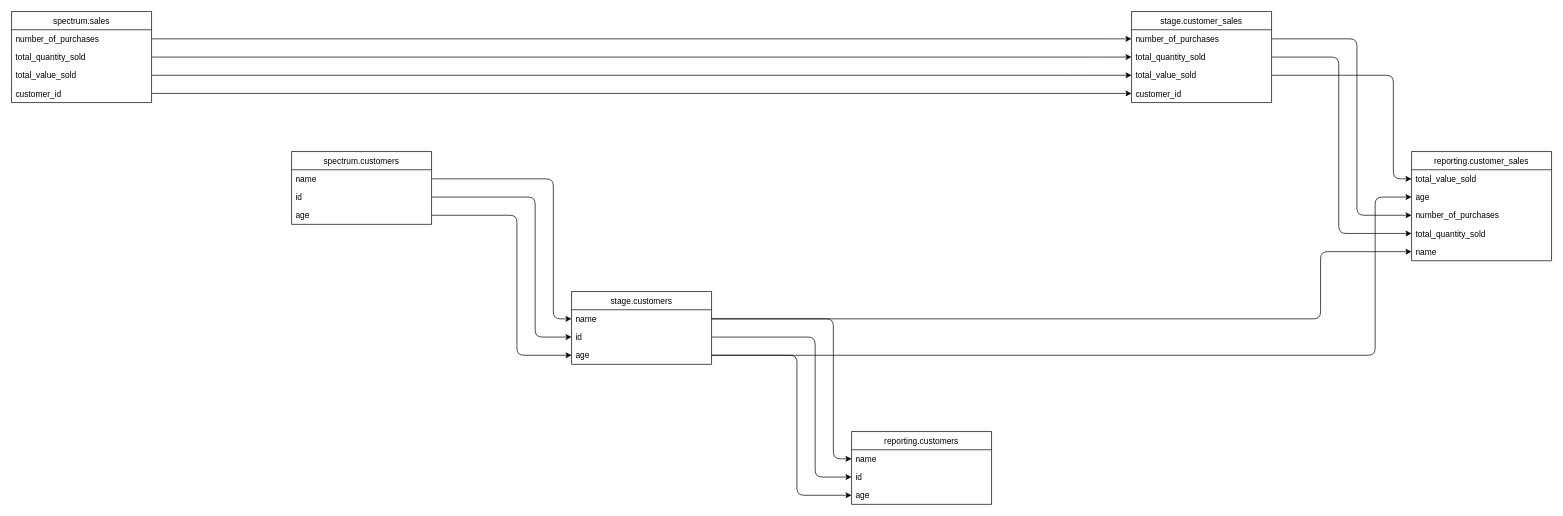
Earlier version of the draw.io diagram outputs/output.drawio (domherriott/sqlinks). Source tidied: cells renumbered, new cells numbered last; positions are measured from the earlier drawing's top-left corner, leaving out a move shared by most shapes. Both pictures are drawn from the tidied source at 70%, with x=0, y=0 at pixel (11, 11).
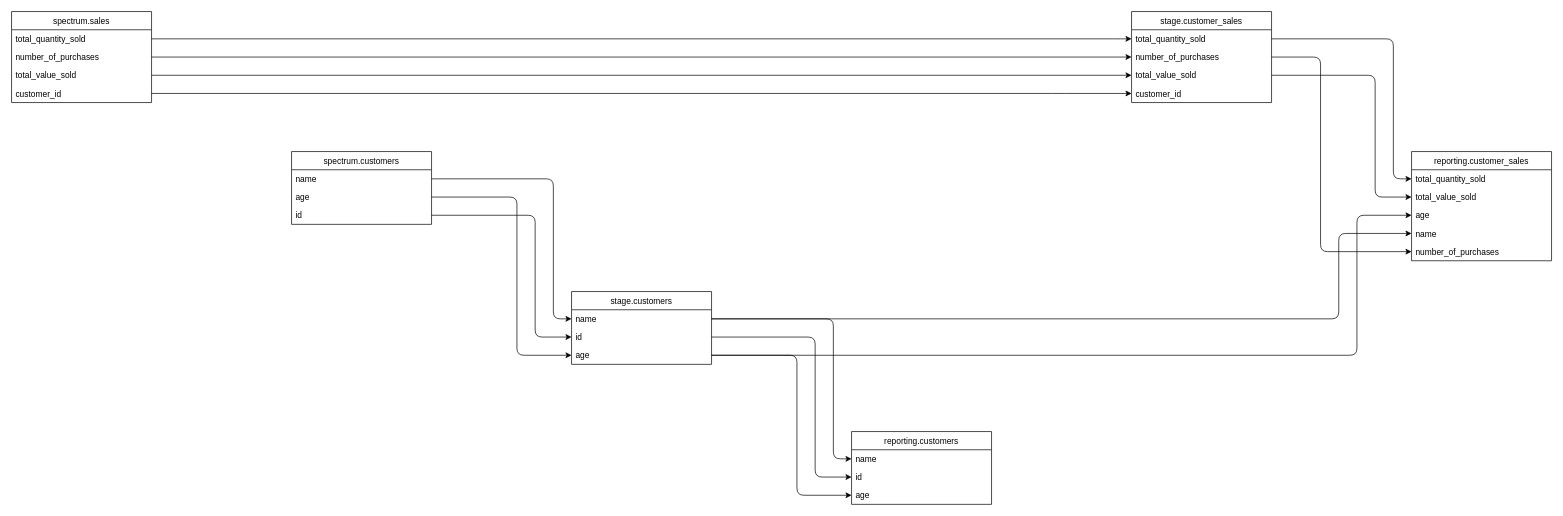
Above is the later version.

Commit message (it also covers changes not shown here):
cleaning the draw func

Unchanged cells that the change refers to:
```xml
<mxCell id="10" value="name" style="text;strokeColor=none;fillColor=none;align=left;verticalAlign=top;spacingLeft=4;spacingRight=4;overflow=hidden;points=[[0,0.5],[1,0.5]];portConstraint=eastwest;" parent="9" vertex="1">
  <mxGeometry y="26" width="200" height="26" as="geometry" />
</mxCell>
<mxCell id="12" value="id" style="text;strokeColor=none;fillColor=none;align=left;verticalAlign=top;spacingLeft=4;spacingRight=4;overflow=hidden;points=[[0,0.5],[1,0.5]];portConstraint=eastwest;" parent="9" vertex="1">
  <mxGeometry y="52" width="200" height="26" as="geometry" />
</mxCell>
<mxCell id="14" value="age" style="text;strokeColor=none;fillColor=none;align=left;verticalAlign=top;spacingLeft=4;spacingRight=4;overflow=hidden;points=[[0,0.5],[1,0.5]];portConstraint=eastwest;" parent="9" vertex="1">
  <mxGeometry y="78" width="200" height="26" as="geometry" />
</mxCell>
<mxCell id="16" value="stage.customer_sales" style="swimlane;fontStyle=0;horizontal=1;startSize=26;fillColor=none;" parent="1" vertex="1">
  <mxGeometry x="1600" width="200" height="130" as="geometry" />
</mxCell>
<mxCell id="21" value="total_value_sold" style="text;strokeColor=none;fillColor=none;align=left;verticalAlign=top;spacingLeft=4;spacingRight=4;overflow=hidden;points=[[0,0.5],[1,0.5]];portConstraint=eastwest;" parent="16" vertex="1">
  <mxGeometry y="78" width="200" height="26" as="geometry" />
</mxCell>
<mxCell id="25" value="spectrum.sales" style="swimlane;fontStyle=0;horizontal=1;startSize=26;fillColor=none;" parent="1" vertex="1">
  <mxGeometry width="200" height="130" as="geometry" />
</mxCell>
<mxCell id="30" value="spectrum.customers" style="swimlane;fontStyle=0;horizontal=1;startSize=26;fillColor=none;" parent="1" vertex="1">
  <mxGeometry x="400" y="200" width="200" height="104" as="geometry" />
</mxCell>
<mxCell id="34" value="reporting.customer_sales" style="swimlane;fontStyle=0;horizontal=1;startSize=26;fillColor=none;" parent="1" vertex="1">
  <mxGeometry x="2000" y="200" width="200" height="156" as="geometry" />
</mxCell>
```

Change to the diagram source:
```diff
@@
-    <mxCell id="13" style="edgeStyle=elbowEdgeStyle;elbow=horizontal;endArrow=classic;html=1;exitX=1;exitY=0.5;exitDx=0;exitDy=0;entryX=0;entryY=0.5;entryDx=0;entryDy=0;" parent="1" edge="1" source="32" target="12">
+    <mxCell id="13" style="edgeStyle=elbowEdgeStyle;elbow=horizontal;endArrow=classic;html=1;exitX=1;exitY=0.5;exitDx=0;exitDy=0;entryX=0;entryY=0.5;entryDx=0;entryDy=0;" parent="1" edge="1" source="33" target="12">
       <mxGeometry relative="1" as="geometry">
         <Array as="points">
           <mxPoint x="748" y="452" />
         </Array>
       </mxGeometry>
     </mxCell>
@@
-    <mxCell id="15" style="edgeStyle=elbowEdgeStyle;elbow=horizontal;endArrow=classic;html=1;exitX=1;exitY=0.5;exitDx=0;exitDy=0;entryX=0;entryY=0.5;entryDx=0;entryDy=0;" parent="1" edge="1" source="33" target="14">
+    <mxCell id="15" style="edgeStyle=elbowEdgeStyle;elbow=horizontal;endArrow=classic;html=1;exitX=1;exitY=0.5;exitDx=0;exitDy=0;entryX=0;entryY=0.5;entryDx=0;entryDy=0;" parent="1" edge="1" source="32" target="14">
       <mxGeometry relative="1" as="geometry">
         <Array as="points">
           <mxPoint x="722" y="478" />
         </Array>
       </mxGeometry>
     </mxCell>
@@
-    <mxCell id="17" value="number_of_purchases" style="text;strokeColor=none;fillColor=none;align=left;verticalAlign=top;spacingLeft=4;spacingRight=4;overflow=hidden;points=[[0,0.5],[1,0.5]];portConstraint=eastwest;" parent="16" vertex="1">
+    <mxCell id="17" value="total_quantity_sold" style="text;strokeColor=none;fillColor=none;align=left;verticalAlign=top;spacingLeft=4;spacingRight=4;overflow=hidden;points=[[0,0.5],[1,0.5]];portConstraint=eastwest;" parent="16" vertex="1">
       <mxGeometry y="26" width="200" height="26" as="geometry" />
     </mxCell>
@@
-    <mxCell id="19" value="total_quantity_sold" style="text;strokeColor=none;fillColor=none;align=left;verticalAlign=top;spacingLeft=4;spacingRight=4;overflow=hidden;points=[[0,0.5],[1,0.5]];portConstraint=eastwest;" parent="16" vertex="1">
+    <mxCell id="19" value="number_of_purchases" style="text;strokeColor=none;fillColor=none;align=left;verticalAlign=top;spacingLeft=4;spacingRight=4;overflow=hidden;points=[[0,0.5],[1,0.5]];portConstraint=eastwest;" parent="16" vertex="1">
       <mxGeometry y="52" width="200" height="26" as="geometry" />
     </mxCell>
@@
-    <mxCell id="26" value="number_of_purchases" style="text;strokeColor=none;fillColor=none;align=left;verticalAlign=top;spacingLeft=4;spacingRight=4;overflow=hidden;points=[[0,0.5],[1,0.5]];portConstraint=eastwest;" parent="25" vertex="1">
+    <mxCell id="26" value="total_quantity_sold" style="text;strokeColor=none;fillColor=none;align=left;verticalAlign=top;spacingLeft=4;spacingRight=4;overflow=hidden;points=[[0,0.5],[1,0.5]];portConstraint=eastwest;" parent="25" vertex="1">
       <mxGeometry y="26" width="200" height="26" as="geometry" />
     </mxCell>
-    <mxCell id="27" value="total_quantity_sold" style="text;strokeColor=none;fillColor=none;align=left;verticalAlign=top;spacingLeft=4;spacingRight=4;overflow=hidden;points=[[0,0.5],[1,0.5]];portConstraint=eastwest;" parent="25" vertex="1">
+    <mxCell id="27" value="number_of_purchases" style="text;strokeColor=none;fillColor=none;align=left;verticalAlign=top;spacingLeft=4;spacingRight=4;overflow=hidden;points=[[0,0.5],[1,0.5]];portConstraint=eastwest;" parent="25" vertex="1">
       <mxGeometry y="52" width="200" height="26" as="geometry" />
     </mxCell>
@@
-    <mxCell id="32" value="id" style="text;strokeColor=none;fillColor=none;align=left;verticalAlign=top;spacingLeft=4;spacingRight=4;overflow=hidden;points=[[0,0.5],[1,0.5]];portConstraint=eastwest;" parent="30" vertex="1">
+    <mxCell id="32" value="age" style="text;strokeColor=none;fillColor=none;align=left;verticalAlign=top;spacingLeft=4;spacingRight=4;overflow=hidden;points=[[0,0.5],[1,0.5]];portConstraint=eastwest;" parent="30" vertex="1">
       <mxGeometry y="52" width="200" height="26" as="geometry" />
     </mxCell>
-    <mxCell id="33" value="age" style="text;strokeColor=none;fillColor=none;align=left;verticalAlign=top;spacingLeft=4;spacingRight=4;overflow=hidden;points=[[0,0.5],[1,0.5]];portConstraint=eastwest;" parent="30" vertex="1">
+    <mxCell id="33" value="id" style="text;strokeColor=none;fillColor=none;align=left;verticalAlign=top;spacingLeft=4;spacingRight=4;overflow=hidden;points=[[0,0.5],[1,0.5]];portConstraint=eastwest;" parent="30" vertex="1">
       <mxGeometry y="78" width="200" height="26" as="geometry" />
     </mxCell>
@@
-    <mxCell id="35" value="total_value_sold" style="text;strokeColor=none;fillColor=none;align=left;verticalAlign=top;spacingLeft=4;spacingRight=4;overflow=hidden;points=[[0,0.5],[1,0.5]];portConstraint=eastwest;" parent="34" vertex="1">
+    <mxCell id="35" value="total_quantity_sold" style="text;strokeColor=none;fillColor=none;align=left;verticalAlign=top;spacingLeft=4;spacingRight=4;overflow=hidden;points=[[0,0.5],[1,0.5]];portConstraint=eastwest;" parent="34" vertex="1">
       <mxGeometry y="26" width="200" height="26" as="geometry" />
     </mxCell>
-    <mxCell id="36" style="edgeStyle=elbowEdgeStyle;elbow=horizontal;endArrow=classic;html=1;exitX=1;exitY=0.5;exitDx=0;exitDy=0;entryX=0;entryY=0.5;entryDx=0;entryDy=0;" parent="1" edge="1" source="21" target="35">
+    <mxCell id="36" style="edgeStyle=elbowEdgeStyle;elbow=horizontal;endArrow=classic;html=1;exitX=1;exitY=0.5;exitDx=0;exitDy=0;entryX=0;entryY=0.5;entryDx=0;entryDy=0;" parent="1" edge="1" source="17" target="35">
       <mxGeometry relative="1" as="geometry">
         <Array as="points">
           <mxPoint x="1974" y="226" />
         </Array>
       </mxGeometry>
     </mxCell>
-    <mxCell id="37" value="age" style="text;strokeColor=none;fillColor=none;align=left;verticalAlign=top;spacingLeft=4;spacingRight=4;overflow=hidden;points=[[0,0.5],[1,0.5]];portConstraint=eastwest;" parent="34" vertex="1">
+    <mxCell id="37" value="total_value_sold" style="text;strokeColor=none;fillColor=none;align=left;verticalAlign=top;spacingLeft=4;spacingRight=4;overflow=hidden;points=[[0,0.5],[1,0.5]];portConstraint=eastwest;" parent="34" vertex="1">
       <mxGeometry y="52" width="200" height="26" as="geometry" />
     </mxCell>
-    <mxCell id="38" style="edgeStyle=elbowEdgeStyle;elbow=horizontal;endArrow=classic;html=1;exitX=1;exitY=0.5;exitDx=0;exitDy=0;entryX=0;entryY=0.5;entryDx=0;entryDy=0;" parent="1" edge="1" source="14" target="37">
+    <mxCell id="38" style="edgeStyle=elbowEdgeStyle;elbow=horizontal;endArrow=classic;html=1;exitX=1;exitY=0.5;exitDx=0;exitDy=0;entryX=0;entryY=0.5;entryDx=0;entryDy=0;" parent="1" edge="1" source="21" target="37">
       <mxGeometry relative="1" as="geometry">
         <Array as="points">
           <mxPoint x="1948" y="252" />
         </Array>
       </mxGeometry>
     </mxCell>
-    <mxCell id="39" value="number_of_purchases" style="text;strokeColor=none;fillColor=none;align=left;verticalAlign=top;spacingLeft=4;spacingRight=4;overflow=hidden;points=[[0,0.5],[1,0.5]];portConstraint=eastwest;" parent="34" vertex="1">
+    <mxCell id="39" value="age" style="text;strokeColor=none;fillColor=none;align=left;verticalAlign=top;spacingLeft=4;spacingRight=4;overflow=hidden;points=[[0,0.5],[1,0.5]];portConstraint=eastwest;" parent="34" vertex="1">
       <mxGeometry y="78" width="200" height="26" as="geometry" />
     </mxCell>
-    <mxCell id="40" style="edgeStyle=elbowEdgeStyle;elbow=horizontal;endArrow=classic;html=1;exitX=1;exitY=0.5;exitDx=0;exitDy=0;entryX=0;entryY=0.5;entryDx=0;entryDy=0;" parent="1" edge="1" source="17" target="39">
+    <mxCell id="40" style="edgeStyle=elbowEdgeStyle;elbow=horizontal;endArrow=classic;html=1;exitX=1;exitY=0.5;exitDx=0;exitDy=0;entryX=0;entryY=0.5;entryDx=0;entryDy=0;" parent="1" edge="1" source="14" target="39">
       <mxGeometry relative="1" as="geometry">
         <Array as="points">
           <mxPoint x="1922" y="278" />
         </Array>
       </mxGeometry>
     </mxCell>
-    <mxCell id="41" value="total_quantity_sold" style="text;strokeColor=none;fillColor=none;align=left;verticalAlign=top;spacingLeft=4;spacingRight=4;overflow=hidden;points=[[0,0.5],[1,0.5]];portConstraint=eastwest;" parent="34" vertex="1">
+    <mxCell id="41" value="name" style="text;strokeColor=none;fillColor=none;align=left;verticalAlign=top;spacingLeft=4;spacingRight=4;overflow=hidden;points=[[0,0.5],[1,0.5]];portConstraint=eastwest;" parent="34" vertex="1">
       <mxGeometry y="104" width="200" height="26" as="geometry" />
     </mxCell>
-    <mxCell id="42" style="edgeStyle=elbowEdgeStyle;elbow=horizontal;endArrow=classic;html=1;exitX=1;exitY=0.5;exitDx=0;exitDy=0;entryX=0;entryY=0.5;entryDx=0;entryDy=0;" parent="1" edge="1" source="19" target="41">
+    <mxCell id="42" style="edgeStyle=elbowEdgeStyle;elbow=horizontal;endArrow=classic;html=1;exitX=1;exitY=0.5;exitDx=0;exitDy=0;entryX=0;entryY=0.5;entryDx=0;entryDy=0;" parent="1" edge="1" source="10" target="41">
       <mxGeometry relative="1" as="geometry">
         <Array as="points">
           <mxPoint x="1896" y="304" />
         </Array>
       </mxGeometry>
     </mxCell>
-    <mxCell id="43" value="name" style="text;strokeColor=none;fillColor=none;align=left;verticalAlign=top;spacingLeft=4;spacingRight=4;overflow=hidden;points=[[0,0.5],[1,0.5]];portConstraint=eastwest;" parent="34" vertex="1">
+    <mxCell id="43" value="number_of_purchases" style="text;strokeColor=none;fillColor=none;align=left;verticalAlign=top;spacingLeft=4;spacingRight=4;overflow=hidden;points=[[0,0.5],[1,0.5]];portConstraint=eastwest;" parent="34" vertex="1">
       <mxGeometry y="130" width="200" height="26" as="geometry" />
     </mxCell>
-    <mxCell id="44" style="edgeStyle=elbowEdgeStyle;elbow=horizontal;endArrow=classic;html=1;exitX=1;exitY=0.5;exitDx=0;exitDy=0;entryX=0;entryY=0.5;entryDx=0;entryDy=0;" parent="1" edge="1" source="10" target="43">
+    <mxCell id="44" style="edgeStyle=elbowEdgeStyle;elbow=horizontal;endArrow=classic;html=1;exitX=1;exitY=0.5;exitDx=0;exitDy=0;entryX=0;entryY=0.5;entryDx=0;entryDy=0;" parent="1" edge="1" source="19" target="43">
       <mxGeometry relative="1" as="geometry">
         <Array as="points">
           <mxPoint x="1870" y="330" />
         </Array>
       </mxGeometry>
     </mxCell>
```
